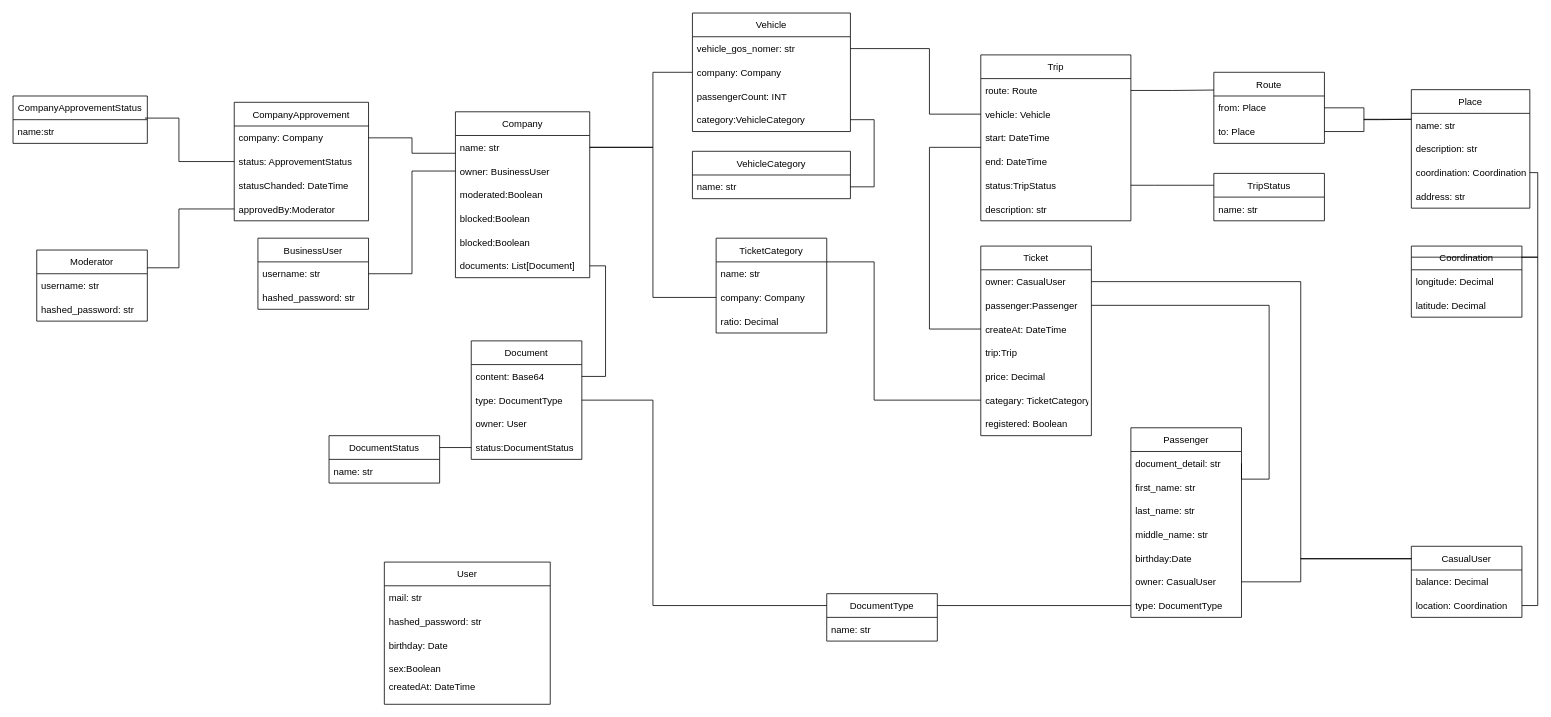
The draw.io diagram VehicleAggModels.drawio in vehicle-aggregator/docs, before the edit. Source tidied: cells renumbered, new cells numbered last; positions are measured from the earlier drawing's top-left corner, leaving out a move shared by most shapes. Both pictures are drawn from the tidied source at 79%, with x=0, y=0 at pixel (13, 13).
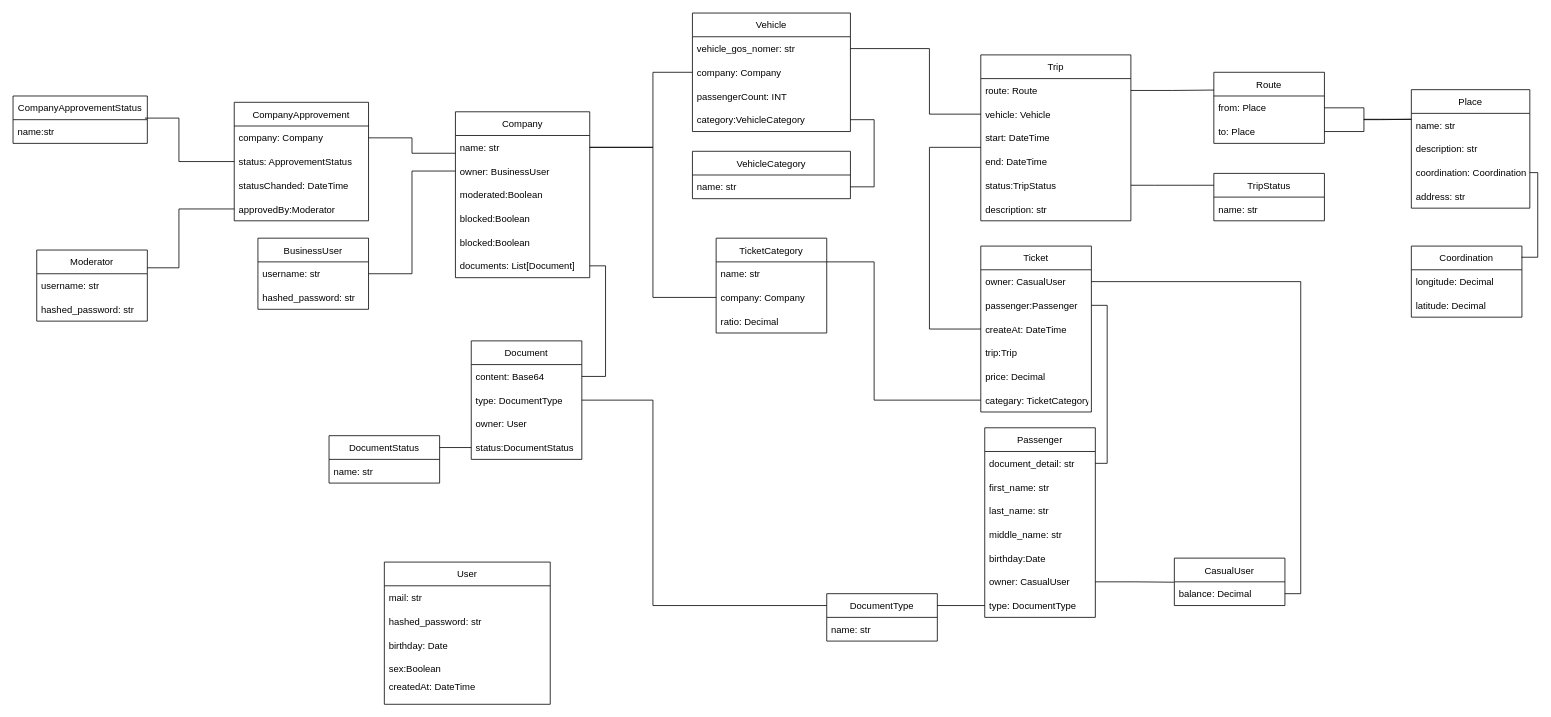
The same diagram, later.

The change refers to these unchanged cells:
```xml
<mxCell id="55" value="balance: Decimal" style="text;strokeColor=none;fillColor=none;align=left;verticalAlign=middle;spacingLeft=4;spacingRight=4;overflow=hidden;points=[[0,0.5],[1,0.5]];portConstraint=eastwest;" parent="54" vertex="1">
  <mxGeometry y="30" width="140" height="30" as="geometry" />
</mxCell>
<mxCell id="61" value="owner: CasualUser" style="text;strokeColor=none;fillColor=none;align=left;verticalAlign=middle;spacingLeft=4;spacingRight=4;overflow=hidden;points=[[0,0.5],[1,0.5]];portConstraint=eastwest;" parent="60" vertex="1">
  <mxGeometry y="30" width="140" height="30" as="geometry" />
</mxCell>
<mxCell id="62" value="passenger:Passenger" style="text;strokeColor=none;fillColor=none;align=left;verticalAlign=middle;spacingLeft=4;spacingRight=4;overflow=hidden;points=[[0,0.5],[1,0.5]];portConstraint=eastwest;" parent="60" vertex="1">
  <mxGeometry y="60" width="140" height="30" as="geometry" />
</mxCell>
<mxCell id="95" value="document_detail: str " style="text;strokeColor=none;fillColor=none;align=left;verticalAlign=middle;spacingLeft=4;spacingRight=4;overflow=hidden;points=[[0,0.5],[1,0.5]];portConstraint=eastwest;" parent="94" vertex="1">
  <mxGeometry y="30" width="140" height="30" as="geometry" />
</mxCell>
<mxCell id="100" value="owner: CasualUser" style="text;strokeColor=none;fillColor=none;align=left;verticalAlign=middle;spacingLeft=4;spacingRight=4;overflow=hidden;points=[[0,0.5],[1,0.5]];portConstraint=eastwest;" parent="94" vertex="1">
  <mxGeometry y="180" width="140" height="30" as="geometry" />
</mxCell>
<mxCell id="103" value="Coordination" style="swimlane;fontStyle=0;horizontal=1;startSize=30;" parent="1" vertex="1">
  <mxGeometry x="1770" y="295" width="140" height="90" as="geometry" />
</mxCell>
```

Change to the diagram source:
```diff
@@
     <mxCell id="54" value="CasualUser" style="swimlane;fontStyle=0;horizontal=1;startSize=30;" parent="1" vertex="1">
-      <mxGeometry x="1770" y="675" width="140" height="90" as="geometry" />
+      <mxGeometry x="1470" y="690" width="140" height="60" as="geometry" />
     </mxCell>
@@
-    <mxCell id="56" value="location: Coordination" style="text;strokeColor=none;fillColor=none;align=left;verticalAlign=middle;spacingLeft=4;spacingRight=4;overflow=hidden;points=[[0,0.5],[1,0.5]];portConstraint=eastwest;" parent="54" vertex="1">
-      <mxGeometry y="60" width="140" height="30" as="geometry" />
-    </mxCell>
@@
     <mxCell id="60" value="Ticket" style="swimlane;fontStyle=0;horizontal=1;startSize=30;" parent="1" vertex="1">
-      <mxGeometry x="1225" y="295" width="140" height="240" as="geometry" />
+      <mxGeometry x="1225" y="295" width="140" height="210" as="geometry" />
     </mxCell>
@@
-    <mxCell id="67" value="registered: Boolean" style="text;strokeColor=none;fillColor=none;align=left;verticalAlign=middle;spacingLeft=4;spacingRight=4;overflow=hidden;" parent="60" vertex="1">
-      <mxGeometry y="210" width="140" height="30" as="geometry" />
-    </mxCell>
@@
     <mxCell id="94" value="Passenger" style="swimlane;fontStyle=0;horizontal=1;startSize=30;" parent="1" vertex="1">
-      <mxGeometry x="1415" y="525" width="140" height="240" as="geometry" />
+      <mxGeometry x="1230" y="525" width="140" height="240" as="geometry" />
     </mxCell>
@@
-    <mxCell id="102" style="edgeStyle=orthogonalEdgeStyle;rounded=0;jettySize=auto;html=1;entryX=0.003;entryY=0.172;entryDx=0;entryDy=0;entryPerimeter=0;endArrow=none;endFill=0;exitX=1;exitY=0.5;exitDx=0;exitDy=0;" parent="1" edge="1" source="100" target="54">
+    <mxCell id="102" style="edgeStyle=orthogonalEdgeStyle;rounded=0;jettySize=auto;html=1;entryX=-0.004;entryY=0.016;entryDx=0;entryDy=0;entryPerimeter=0;endArrow=none;endFill=0;" parent="1" edge="1" source="100" target="55">
       <mxGeometry relative="1" as="geometry">
         <Array as="points">
-          <mxPoint x="1630" y="720" />
-          <mxPoint x="1630" y="691" />
+          <mxPoint x="1420" y="720" />
+          <mxPoint x="1420" y="721" />
         </Array>
       </mxGeometry>
     </mxCell>
@@
-    <mxCell id="107" style="edgeStyle=orthogonalEdgeStyle;rounded=0;jettySize=auto;html=1;entryX=-0.001;entryY=0.178;entryDx=0;entryDy=0;exitX=1;exitY=0.5;exitDx=0;exitDy=0;endArrow=none;endFill=0;entryPerimeter=0;" parent="1" edge="1" source="61" target="54">
+    <mxCell id="107" style="edgeStyle=orthogonalEdgeStyle;rounded=0;jettySize=auto;html=1;entryX=1;entryY=0.5;entryDx=0;entryDy=0;exitX=1;exitY=0.5;exitDx=0;exitDy=0;endArrow=none;endFill=0;" parent="1" edge="1" source="61" target="55">
       <mxGeometry relative="1" as="geometry">
         <Array as="points">
           <mxPoint x="1630" y="340" />
-          <mxPoint x="1630" y="691" />
+          <mxPoint x="1630" y="735" />
         </Array>
       </mxGeometry>
     </mxCell>
     <mxCell id="108" style="edgeStyle=orthogonalEdgeStyle;rounded=0;jettySize=auto;html=1;entryX=1;entryY=0.5;entryDx=0;entryDy=0;exitX=1;exitY=0.5;exitDx=0;exitDy=0;endArrow=none;endFill=0;" parent="1" edge="1" source="62" target="95">
       <mxGeometry relative="1" as="geometry">
         <Array as="points">
-          <mxPoint x="1590" y="370" />
-          <mxPoint x="1590" y="590" />
+          <mxPoint x="1385" y="370" />
+          <mxPoint x="1385" y="570" />
         </Array>
       </mxGeometry>
     </mxCell>
-    <mxCell id="109" style="edgeStyle=orthogonalEdgeStyle;rounded=0;jettySize=auto;html=1;entryX=0;entryY=0.156;entryDx=0;entryDy=0;entryPerimeter=0;endArrow=none;endFill=0;" parent="1" edge="1" source="56" target="103">
-      <mxGeometry relative="1" as="geometry">
-        <Array as="points">
-          <mxPoint x="1930" y="750" />
-          <mxPoint x="1930" y="309" />
-        </Array>
-      </mxGeometry>
-    </mxCell>
```
